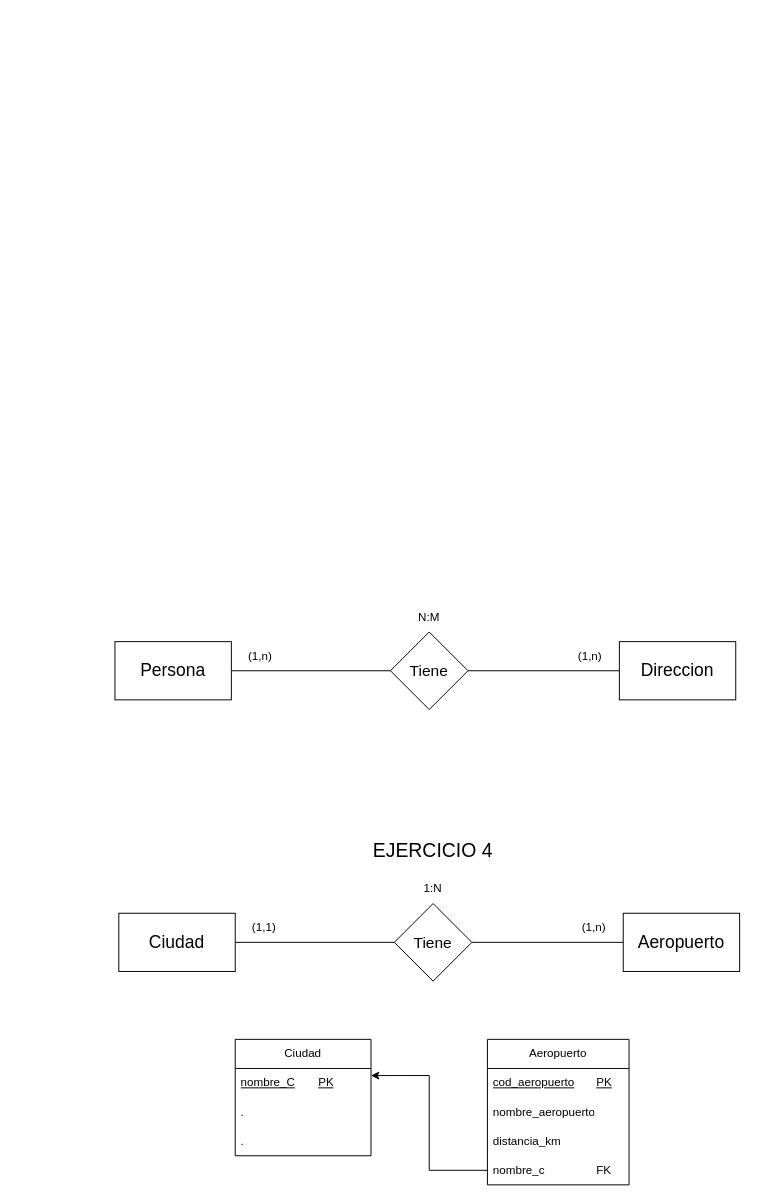
Before: Diagramas-Ejercicios-BD.drawio in CGMarval/BAE, a draw.io diagram. Source tidied: cells renumbered, new cells numbered last; positions are measured from the earlier drawing's top-left corner, leaving out a move shared by most shapes. Both pictures are drawn from the tidied source at 97%, with x=0, y=0 at pixel (114, 602).
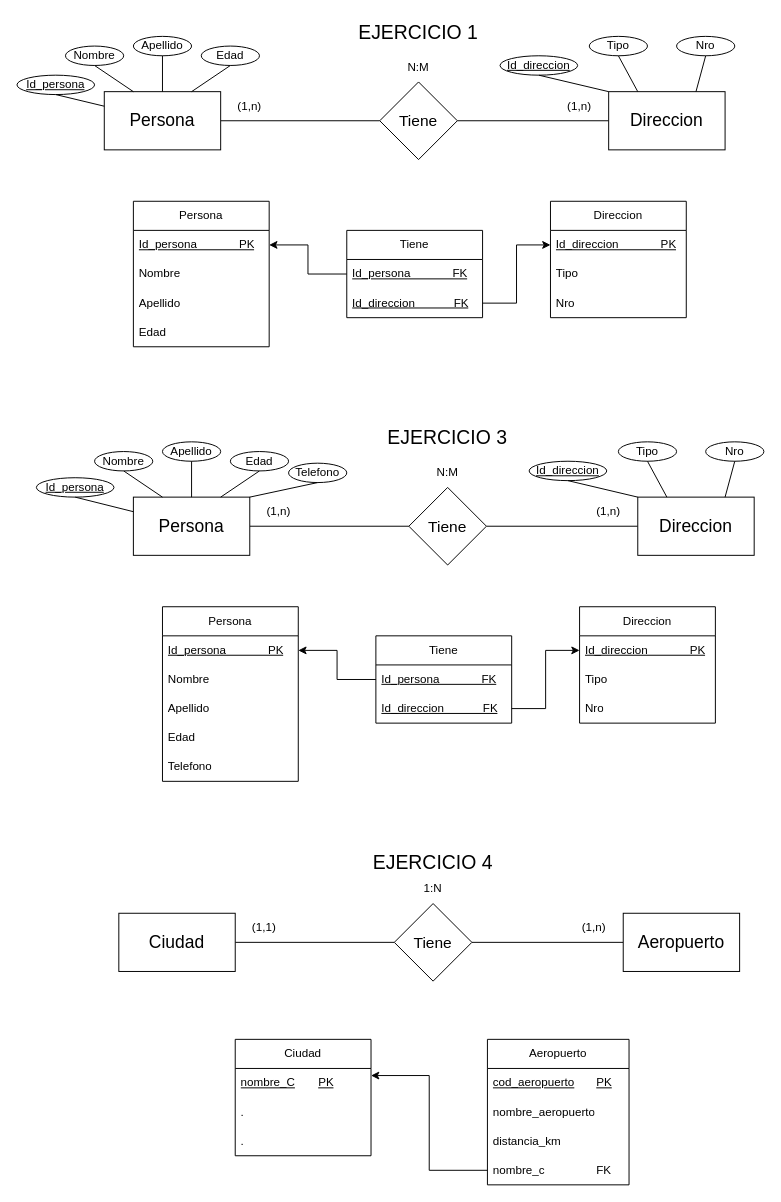
The same page after the edit.

Change to the diagram source:
```diff
@@
     <mxCell id="3" value="&lt;font style=&quot;font-size: 18px;&quot;&gt;Persona&lt;/font&gt;" style="rounded=0;whiteSpace=wrap;html=1;" parent="1" vertex="1">
-      <mxGeometry y="40" width="120" height="60" as="geometry" />
+      <mxGeometry x="-11" y="-527" width="120" height="60" as="geometry" />
     </mxCell>
@@
     <mxCell id="5" value="&lt;font style=&quot;font-size: 16px;&quot;&gt;Tiene&lt;/font&gt;" style="rhombus;whiteSpace=wrap;html=1;" parent="1" vertex="1">
-      <mxGeometry x="284" y="30" width="80" height="80" as="geometry" />
+      <mxGeometry x="273" y="-537" width="80" height="80" as="geometry" />
     </mxCell>
     <mxCell id="6" value="&lt;font style=&quot;font-size: 18px;&quot;&gt;Direccion&lt;/font&gt;" style="rounded=0;whiteSpace=wrap;html=1;" parent="1" vertex="1">
-      <mxGeometry x="520" y="40" width="120" height="60" as="geometry" />
+      <mxGeometry x="509" y="-527" width="120" height="60" as="geometry" />
     </mxCell>
     <mxCell id="7" value="(1,n)" style="text;html=1;strokeColor=none;fillColor=none;align=center;verticalAlign=middle;whiteSpace=wrap;rounded=0;" parent="1" vertex="1">
-      <mxGeometry x="460" y="40" width="60" height="30" as="geometry" />
+      <mxGeometry x="449" y="-527" width="60" height="30" as="geometry" />
     </mxCell>
     <mxCell id="8" value="(1,n)" style="text;html=1;strokeColor=none;fillColor=none;align=center;verticalAlign=middle;whiteSpace=wrap;rounded=0;" parent="1" vertex="1">
-      <mxGeometry x="120" y="40" width="60" height="30" as="geometry" />
+      <mxGeometry x="109" y="-527" width="60" height="30" as="geometry" />
     </mxCell>
     <mxCell id="9" value="N:M" style="text;html=1;strokeColor=none;fillColor=none;align=center;verticalAlign=middle;whiteSpace=wrap;rounded=0;" parent="1" vertex="1">
-      <mxGeometry x="294" width="60" height="30" as="geometry" />
+      <mxGeometry x="283" y="-567" width="60" height="30" as="geometry" />
     </mxCell>
@@
     <mxCell id="28" value="&lt;font style=&quot;font-size: 20px;&quot;&gt;EJERCICIO 4&lt;/font&gt;" style="text;html=1;strokeColor=none;fillColor=none;align=center;verticalAlign=middle;whiteSpace=wrap;rounded=0;" parent="1" vertex="1">
-      <mxGeometry x="254" y="240" width="148" height="30" as="geometry" />
+      <mxGeometry x="254" y="252" width="148" height="30" as="geometry" />
     </mxCell>
+    <mxCell id="29" value="&lt;font style=&quot;font-size: 20px;&quot;&gt;EJERCICIO 1&lt;/font&gt;" style="text;html=1;strokeColor=none;fillColor=none;align=center;verticalAlign=middle;whiteSpace=wrap;rounded=0;" parent="1" vertex="1">
+      <mxGeometry x="239" y="-604" width="148" height="30" as="geometry" />
+    </mxCell>
+    <mxCell id="30" value="Persona" style="swimlane;fontStyle=0;horizontal=1;startSize=30;whiteSpace=wrap;html=1;" parent="1" vertex="1">
+      <mxGeometry x="19" y="-414" width="140" height="150" as="geometry" />
+    </mxCell>
+    <mxCell id="31" value="Id_persona&amp;nbsp; &amp;nbsp; &amp;nbsp; &amp;nbsp; &amp;nbsp; &amp;nbsp; &amp;nbsp;PK" style="text;strokeColor=none;fillColor=none;align=left;verticalAlign=middle;spacingLeft=4;spacingRight=4;overflow=hidden;points=[[0,0.5],[1,0.5]];portConstraint=eastwest;whiteSpace=wrap;html=1;fontStyle=4;" parent="30" vertex="1">
+      <mxGeometry y="30" width="140" height="30" as="geometry" />
+    </mxCell>
+    <mxCell id="32" value="Nombre" style="text;strokeColor=none;fillColor=none;align=left;verticalAlign=middle;spacingLeft=4;spacingRight=4;overflow=hidden;whiteSpace=wrap;html=1;" parent="30" vertex="1">
+      <mxGeometry y="60" width="140" height="30" as="geometry" />
+    </mxCell>
+    <mxCell id="33" value="Apellido" style="text;strokeColor=none;fillColor=none;align=left;verticalAlign=middle;spacingLeft=4;spacingRight=4;overflow=hidden;whiteSpace=wrap;html=1;" parent="30" vertex="1">
+      <mxGeometry y="90" width="140" height="30" as="geometry" />
+    </mxCell>
+    <mxCell id="34" value="Edad" style="text;strokeColor=none;fillColor=none;align=left;verticalAlign=middle;spacingLeft=4;spacingRight=4;overflow=hidden;whiteSpace=wrap;html=1;" parent="30" vertex="1">
+      <mxGeometry y="120" width="140" height="30" as="geometry" />
+    </mxCell>
+    <mxCell id="35" value="Nombre" style="ellipse;whiteSpace=wrap;html=1;" parent="1" vertex="1">
+      <mxGeometry x="-51" y="-574" width="60" height="20" as="geometry" />
+    </mxCell>
+    <mxCell id="36" value="Apellido" style="ellipse;whiteSpace=wrap;html=1;" parent="1" vertex="1">
+      <mxGeometry x="19" y="-584" width="60" height="20" as="geometry" />
+    </mxCell>
+    <mxCell id="37" value="Edad" style="ellipse;whiteSpace=wrap;html=1;" parent="1" vertex="1">
+      <mxGeometry x="89" y="-574" width="60" height="20" as="geometry" />
+    </mxCell>
+    <mxCell id="38" value="Tipo" style="ellipse;whiteSpace=wrap;html=1;" parent="1" vertex="1">
+      <mxGeometry x="489" y="-584" width="60" height="20" as="geometry" />
+    </mxCell>
+    <mxCell id="39" value="Nro" style="ellipse;whiteSpace=wrap;html=1;" parent="1" vertex="1">
+      <mxGeometry x="579" y="-584" width="60" height="20" as="geometry" />
+    </mxCell>
+    <mxCell id="40" style="endArrow=none;html=1;rounded=0;entryX=0.5;entryY=1;entryDx=0;entryDy=0;exitX=0.75;exitY=0;exitDx=0;exitDy=0;" parent="1" edge="1" source="6" target="39">
+      <mxGeometry relative="1" as="geometry" />
+    </mxCell>
+    <mxCell id="41" style="endArrow=none;html=1;rounded=0;entryX=0.5;entryY=1;entryDx=0;entryDy=0;exitX=0.25;exitY=0;exitDx=0;exitDy=0;" parent="1" edge="1" source="6" target="38">
+      <mxGeometry relative="1" as="geometry" />
+    </mxCell>
+    <mxCell id="42" style="endArrow=none;html=1;rounded=0;entryX=0.5;entryY=1;entryDx=0;entryDy=0;exitX=0.25;exitY=0;exitDx=0;exitDy=0;" parent="1" edge="1" source="3" target="35">
+      <mxGeometry relative="1" as="geometry" />
+    </mxCell>
+    <mxCell id="43" style="endArrow=none;html=1;rounded=0;entryX=0.5;entryY=1;entryDx=0;entryDy=0;exitX=0.5;exitY=0;exitDx=0;exitDy=0;" parent="1" edge="1" source="3" target="36">
+      <mxGeometry relative="1" as="geometry" />
+    </mxCell>
+    <mxCell id="44" style="endArrow=none;html=1;rounded=0;entryX=0.5;entryY=1;entryDx=0;entryDy=0;exitX=0.75;exitY=0;exitDx=0;exitDy=0;" parent="1" edge="1" source="3" target="37">
+      <mxGeometry relative="1" as="geometry" />
+    </mxCell>
+    <mxCell id="45" value="Id_persona" style="ellipse;whiteSpace=wrap;html=1;fontStyle=4;" parent="1" vertex="1">
+      <mxGeometry x="-101" y="-544" width="80" height="20" as="geometry" />
+    </mxCell>
+    <mxCell id="46" style="endArrow=none;html=1;rounded=0;entryX=0.5;entryY=1;entryDx=0;entryDy=0;exitX=0;exitY=0.25;exitDx=0;exitDy=0;" parent="1" edge="1" source="3" target="45">
+      <mxGeometry relative="1" as="geometry" />
+    </mxCell>
+    <mxCell id="47" value="Id_direccion" style="ellipse;whiteSpace=wrap;html=1;fontStyle=4;" parent="1" vertex="1">
+      <mxGeometry x="397" y="-564" width="80" height="20" as="geometry" />
+    </mxCell>
+    <mxCell id="48" style="endArrow=none;html=1;rounded=0;entryX=0.5;entryY=1;entryDx=0;entryDy=0;exitX=1;exitY=0;exitDx=0;exitDy=0;" parent="1" edge="1" source="7" target="47">
+      <mxGeometry relative="1" as="geometry" />
+    </mxCell>
+    <mxCell id="49" value="Direccion" style="swimlane;fontStyle=0;horizontal=1;startSize=30;whiteSpace=wrap;html=1;" parent="1" vertex="1">
+      <mxGeometry x="449" y="-414" width="140" height="120" as="geometry" />
+    </mxCell>
+    <mxCell id="50" value="Id_direccion&amp;nbsp; &amp;nbsp; &amp;nbsp; &amp;nbsp; &amp;nbsp; &amp;nbsp; &amp;nbsp;PK" style="text;strokeColor=none;fillColor=none;align=left;verticalAlign=middle;spacingLeft=4;spacingRight=4;overflow=hidden;points=[[0,0.5],[1,0.5]];portConstraint=eastwest;whiteSpace=wrap;html=1;fontStyle=4;" parent="49" vertex="1">
+      <mxGeometry y="30" width="140" height="30" as="geometry" />
+    </mxCell>
+    <mxCell id="51" value="Tipo" style="text;strokeColor=none;fillColor=none;align=left;verticalAlign=middle;spacingLeft=4;spacingRight=4;overflow=hidden;whiteSpace=wrap;html=1;" parent="49" vertex="1">
+      <mxGeometry y="60" width="140" height="30" as="geometry" />
+    </mxCell>
+    <mxCell id="52" value="Nro" style="text;strokeColor=none;fillColor=none;align=left;verticalAlign=middle;spacingLeft=4;spacingRight=4;overflow=hidden;whiteSpace=wrap;html=1;" parent="49" vertex="1">
+      <mxGeometry y="90" width="140" height="30" as="geometry" />
+    </mxCell>
+    <mxCell id="53" value="Tiene" style="swimlane;fontStyle=0;horizontal=1;startSize=30;whiteSpace=wrap;html=1;" parent="1" vertex="1">
+      <mxGeometry x="239" y="-384" width="140" height="90" as="geometry" />
+    </mxCell>
+    <mxCell id="54" value="Id_persona&amp;nbsp; &amp;nbsp; &amp;nbsp; &amp;nbsp; &amp;nbsp; &amp;nbsp; &amp;nbsp;FK" style="text;strokeColor=none;fillColor=none;align=left;verticalAlign=middle;spacingLeft=4;spacingRight=4;overflow=hidden;points=[[0,0.5],[1,0.5]];portConstraint=eastwest;whiteSpace=wrap;html=1;fontStyle=4;" parent="53" vertex="1">
+      <mxGeometry y="30" width="140" height="30" as="geometry" />
+    </mxCell>
+    <mxCell id="55" value="Id_direccion&amp;nbsp; &amp;nbsp; &amp;nbsp; &amp;nbsp; &amp;nbsp; &amp;nbsp; FK" style="text;strokeColor=none;fillColor=none;align=left;verticalAlign=middle;spacingLeft=4;spacingRight=4;overflow=hidden;points=[[0,0.5],[1,0.5]];portConstraint=eastwest;whiteSpace=wrap;html=1;fontStyle=4;" parent="53" vertex="1">
+      <mxGeometry y="60" width="140" height="30" as="geometry" />
+    </mxCell>
+    <mxCell id="56" style="edgeStyle=orthogonalEdgeStyle;rounded=0;jettySize=auto;html=1;" parent="1" edge="1" source="54" target="31">
+      <mxGeometry relative="1" as="geometry" />
+    </mxCell>
+    <mxCell id="57" style="edgeStyle=orthogonalEdgeStyle;rounded=0;jettySize=auto;html=1;" parent="1" edge="1" source="55" target="50">
+      <mxGeometry relative="1" as="geometry" />
+    </mxCell>
+    <mxCell id="58" style="edgeStyle=orthogonalEdgeStyle;rounded=0;jettySize=auto;html=1;endArrow=none;endFill=0;" parent="1" edge="1" source="59" target="61">
+      <mxGeometry relative="1" as="geometry" />
+    </mxCell>
+    <mxCell id="59" value="&lt;font style=&quot;font-size: 18px;&quot;&gt;Persona&lt;/font&gt;" style="rounded=0;whiteSpace=wrap;html=1;" parent="1" vertex="1">
+      <mxGeometry x="19" y="-109" width="120" height="60" as="geometry" />
+    </mxCell>
+    <mxCell id="60" style="edgeStyle=orthogonalEdgeStyle;rounded=0;jettySize=auto;html=1;endArrow=none;endFill=0;" parent="1" edge="1" source="61" target="62">
+      <mxGeometry relative="1" as="geometry" />
+    </mxCell>
+    <mxCell id="61" value="&lt;font style=&quot;font-size: 16px;&quot;&gt;Tiene&lt;/font&gt;" style="rhombus;whiteSpace=wrap;html=1;" parent="1" vertex="1">
+      <mxGeometry x="303" y="-119" width="80" height="80" as="geometry" />
+    </mxCell>
+    <mxCell id="62" value="&lt;font style=&quot;font-size: 18px;&quot;&gt;Direccion&lt;/font&gt;" style="rounded=0;whiteSpace=wrap;html=1;" parent="1" vertex="1">
+      <mxGeometry x="539" y="-109" width="120" height="60" as="geometry" />
+    </mxCell>
+    <mxCell id="63" value="(1,n)" style="text;html=1;strokeColor=none;fillColor=none;align=center;verticalAlign=middle;whiteSpace=wrap;rounded=0;" parent="1" vertex="1">
+      <mxGeometry x="479" y="-109" width="60" height="30" as="geometry" />
+    </mxCell>
+    <mxCell id="64" value="(1,n)" style="text;html=1;strokeColor=none;fillColor=none;align=center;verticalAlign=middle;whiteSpace=wrap;rounded=0;" parent="1" vertex="1">
+      <mxGeometry x="139" y="-109" width="60" height="30" as="geometry" />
+    </mxCell>
+    <mxCell id="65" value="N:M" style="text;html=1;strokeColor=none;fillColor=none;align=center;verticalAlign=middle;whiteSpace=wrap;rounded=0;" parent="1" vertex="1">
+      <mxGeometry x="313" y="-149" width="60" height="30" as="geometry" />
+    </mxCell>
+    <mxCell id="66" value="&lt;font style=&quot;font-size: 20px;&quot;&gt;EJERCICIO 3&lt;/font&gt;" style="text;html=1;strokeColor=none;fillColor=none;align=center;verticalAlign=middle;whiteSpace=wrap;rounded=0;" parent="1" vertex="1">
+      <mxGeometry x="269" y="-186" width="148" height="30" as="geometry" />
+    </mxCell>
+    <mxCell id="67" value="Persona" style="swimlane;fontStyle=0;horizontal=1;startSize=30;whiteSpace=wrap;html=1;" parent="1" vertex="1">
+      <mxGeometry x="49" y="4" width="140" height="180" as="geometry" />
+    </mxCell>
+    <mxCell id="68" value="Id_persona&amp;nbsp; &amp;nbsp; &amp;nbsp; &amp;nbsp; &amp;nbsp; &amp;nbsp; &amp;nbsp;PK" style="text;strokeColor=none;fillColor=none;align=left;verticalAlign=middle;spacingLeft=4;spacingRight=4;overflow=hidden;points=[[0,0.5],[1,0.5]];portConstraint=eastwest;whiteSpace=wrap;html=1;fontStyle=4;" parent="67" vertex="1">
+      <mxGeometry y="30" width="140" height="30" as="geometry" />
+    </mxCell>
+    <mxCell id="69" value="Nombre" style="text;strokeColor=none;fillColor=none;align=left;verticalAlign=middle;spacingLeft=4;spacingRight=4;overflow=hidden;whiteSpace=wrap;html=1;" parent="67" vertex="1">
+      <mxGeometry y="60" width="140" height="30" as="geometry" />
+    </mxCell>
+    <mxCell id="70" value="Apellido" style="text;strokeColor=none;fillColor=none;align=left;verticalAlign=middle;spacingLeft=4;spacingRight=4;overflow=hidden;whiteSpace=wrap;html=1;" parent="67" vertex="1">
+      <mxGeometry y="90" width="140" height="30" as="geometry" />
+    </mxCell>
+    <mxCell id="71" value="Edad" style="text;strokeColor=none;fillColor=none;align=left;verticalAlign=middle;spacingLeft=4;spacingRight=4;overflow=hidden;whiteSpace=wrap;html=1;" parent="67" vertex="1">
+      <mxGeometry y="120" width="140" height="30" as="geometry" />
+    </mxCell>
+    <mxCell id="72" value="Telefono" style="text;strokeColor=none;fillColor=none;align=left;verticalAlign=middle;spacingLeft=4;spacingRight=4;overflow=hidden;whiteSpace=wrap;html=1;" parent="67" vertex="1">
+      <mxGeometry y="150" width="140" height="30" as="geometry" />
+    </mxCell>
+    <mxCell id="73" value="Nombre" style="ellipse;whiteSpace=wrap;html=1;" parent="1" vertex="1">
+      <mxGeometry x="-21" y="-156" width="60" height="20" as="geometry" />
+    </mxCell>
+    <mxCell id="74" value="Apellido" style="ellipse;whiteSpace=wrap;html=1;" parent="1" vertex="1">
+      <mxGeometry x="49" y="-166" width="60" height="20" as="geometry" />
+    </mxCell>
+    <mxCell id="75" value="Edad" style="ellipse;whiteSpace=wrap;html=1;" parent="1" vertex="1">
+      <mxGeometry x="119" y="-156" width="60" height="20" as="geometry" />
+    </mxCell>
+    <mxCell id="76" value="Tipo" style="ellipse;whiteSpace=wrap;html=1;" parent="1" vertex="1">
+      <mxGeometry x="519" y="-166" width="60" height="20" as="geometry" />
+    </mxCell>
+    <mxCell id="77" value="Nro" style="ellipse;whiteSpace=wrap;html=1;" parent="1" vertex="1">
+      <mxGeometry x="609" y="-166" width="60" height="20" as="geometry" />
+    </mxCell>
+    <mxCell id="78" style="endArrow=none;html=1;rounded=0;entryX=0.5;entryY=1;entryDx=0;entryDy=0;exitX=0.75;exitY=0;exitDx=0;exitDy=0;" parent="1" edge="1" source="62" target="77">
+      <mxGeometry relative="1" as="geometry" />
+    </mxCell>
+    <mxCell id="79" style="endArrow=none;html=1;rounded=0;entryX=0.5;entryY=1;entryDx=0;entryDy=0;exitX=0.25;exitY=0;exitDx=0;exitDy=0;" parent="1" edge="1" source="62" target="76">
+      <mxGeometry relative="1" as="geometry" />
+    </mxCell>
+    <mxCell id="80" style="endArrow=none;html=1;rounded=0;entryX=0.5;entryY=1;entryDx=0;entryDy=0;exitX=0.25;exitY=0;exitDx=0;exitDy=0;" parent="1" edge="1" source="59" target="73">
+      <mxGeometry relative="1" as="geometry" />
+    </mxCell>
+    <mxCell id="81" style="endArrow=none;html=1;rounded=0;entryX=0.5;entryY=1;entryDx=0;entryDy=0;exitX=0.5;exitY=0;exitDx=0;exitDy=0;" parent="1" edge="1" source="59" target="74">
+      <mxGeometry relative="1" as="geometry" />
+    </mxCell>
+    <mxCell id="82" style="endArrow=none;html=1;rounded=0;entryX=0.5;entryY=1;entryDx=0;entryDy=0;exitX=0.75;exitY=0;exitDx=0;exitDy=0;" parent="1" edge="1" source="59" target="75">
+      <mxGeometry relative="1" as="geometry" />
+    </mxCell>
+    <mxCell id="83" value="Id_persona" style="ellipse;whiteSpace=wrap;html=1;fontStyle=4;" parent="1" vertex="1">
+      <mxGeometry x="-81" y="-129" width="80" height="20" as="geometry" />
+    </mxCell>
+    <mxCell id="84" style="endArrow=none;html=1;rounded=0;entryX=0.5;entryY=1;entryDx=0;entryDy=0;exitX=0;exitY=0.25;exitDx=0;exitDy=0;" parent="1" edge="1" source="59" target="83">
+      <mxGeometry relative="1" as="geometry" />
+    </mxCell>
+    <mxCell id="85" value="Id_direccion" style="ellipse;whiteSpace=wrap;html=1;fontStyle=4;" parent="1" vertex="1">
+      <mxGeometry x="427" y="-146" width="80" height="20" as="geometry" />
+    </mxCell>
+    <mxCell id="86" style="endArrow=none;html=1;rounded=0;entryX=0.5;entryY=1;entryDx=0;entryDy=0;exitX=1;exitY=0;exitDx=0;exitDy=0;" parent="1" edge="1" source="63" target="85">
+      <mxGeometry relative="1" as="geometry" />
+    </mxCell>
+    <mxCell id="87" value="Direccion" style="swimlane;fontStyle=0;horizontal=1;startSize=30;whiteSpace=wrap;html=1;" parent="1" vertex="1">
+      <mxGeometry x="479" y="4" width="140" height="120" as="geometry" />
+    </mxCell>
+    <mxCell id="88" value="Id_direccion&amp;nbsp; &amp;nbsp; &amp;nbsp; &amp;nbsp; &amp;nbsp; &amp;nbsp; &amp;nbsp;PK" style="text;strokeColor=none;fillColor=none;align=left;verticalAlign=middle;spacingLeft=4;spacingRight=4;overflow=hidden;points=[[0,0.5],[1,0.5]];portConstraint=eastwest;whiteSpace=wrap;html=1;fontStyle=4;" parent="87" vertex="1">
+      <mxGeometry y="30" width="140" height="30" as="geometry" />
+    </mxCell>
+    <mxCell id="89" value="Tipo" style="text;strokeColor=none;fillColor=none;align=left;verticalAlign=middle;spacingLeft=4;spacingRight=4;overflow=hidden;whiteSpace=wrap;html=1;" parent="87" vertex="1">
+      <mxGeometry y="60" width="140" height="30" as="geometry" />
+    </mxCell>
+    <mxCell id="90" value="Nro" style="text;strokeColor=none;fillColor=none;align=left;verticalAlign=middle;spacingLeft=4;spacingRight=4;overflow=hidden;whiteSpace=wrap;html=1;" parent="87" vertex="1">
+      <mxGeometry y="90" width="140" height="30" as="geometry" />
+    </mxCell>
+    <mxCell id="91" value="Tiene" style="swimlane;fontStyle=0;horizontal=1;startSize=30;whiteSpace=wrap;html=1;" parent="1" vertex="1">
+      <mxGeometry x="269" y="34" width="140" height="90" as="geometry" />
+    </mxCell>
+    <mxCell id="92" value="Id_persona&amp;nbsp; &amp;nbsp; &amp;nbsp; &amp;nbsp; &amp;nbsp; &amp;nbsp; &amp;nbsp;FK" style="text;strokeColor=none;fillColor=none;align=left;verticalAlign=middle;spacingLeft=4;spacingRight=4;overflow=hidden;points=[[0,0.5],[1,0.5]];portConstraint=eastwest;whiteSpace=wrap;html=1;fontStyle=4;" parent="91" vertex="1">
+      <mxGeometry y="30" width="140" height="30" as="geometry" />
+    </mxCell>
+    <mxCell id="93" value="Id_direccion&amp;nbsp; &amp;nbsp; &amp;nbsp; &amp;nbsp; &amp;nbsp; &amp;nbsp; FK" style="text;strokeColor=none;fillColor=none;align=left;verticalAlign=middle;spacingLeft=4;spacingRight=4;overflow=hidden;points=[[0,0.5],[1,0.5]];portConstraint=eastwest;whiteSpace=wrap;html=1;fontStyle=4;" parent="91" vertex="1">
+      <mxGeometry y="60" width="140" height="30" as="geometry" />
+    </mxCell>
+    <mxCell id="94" style="edgeStyle=orthogonalEdgeStyle;rounded=0;jettySize=auto;html=1;" parent="1" edge="1" source="92" target="68">
+      <mxGeometry relative="1" as="geometry" />
+    </mxCell>
+    <mxCell id="95" style="edgeStyle=orthogonalEdgeStyle;rounded=0;jettySize=auto;html=1;" parent="1" edge="1" source="93" target="88">
+      <mxGeometry relative="1" as="geometry" />
+    </mxCell>
+    <mxCell id="96" value="Telefono" style="ellipse;whiteSpace=wrap;html=1;" parent="1" vertex="1">
+      <mxGeometry x="179" y="-144" width="60" height="20" as="geometry" />
+    </mxCell>
+    <mxCell id="97" style="endArrow=none;html=1;rounded=0;entryX=0.5;entryY=1;entryDx=0;entryDy=0;exitX=0;exitY=0;exitDx=0;exitDy=0;" parent="1" edge="1" source="64" target="96">
+      <mxGeometry relative="1" as="geometry" />
+    </mxCell>
```
